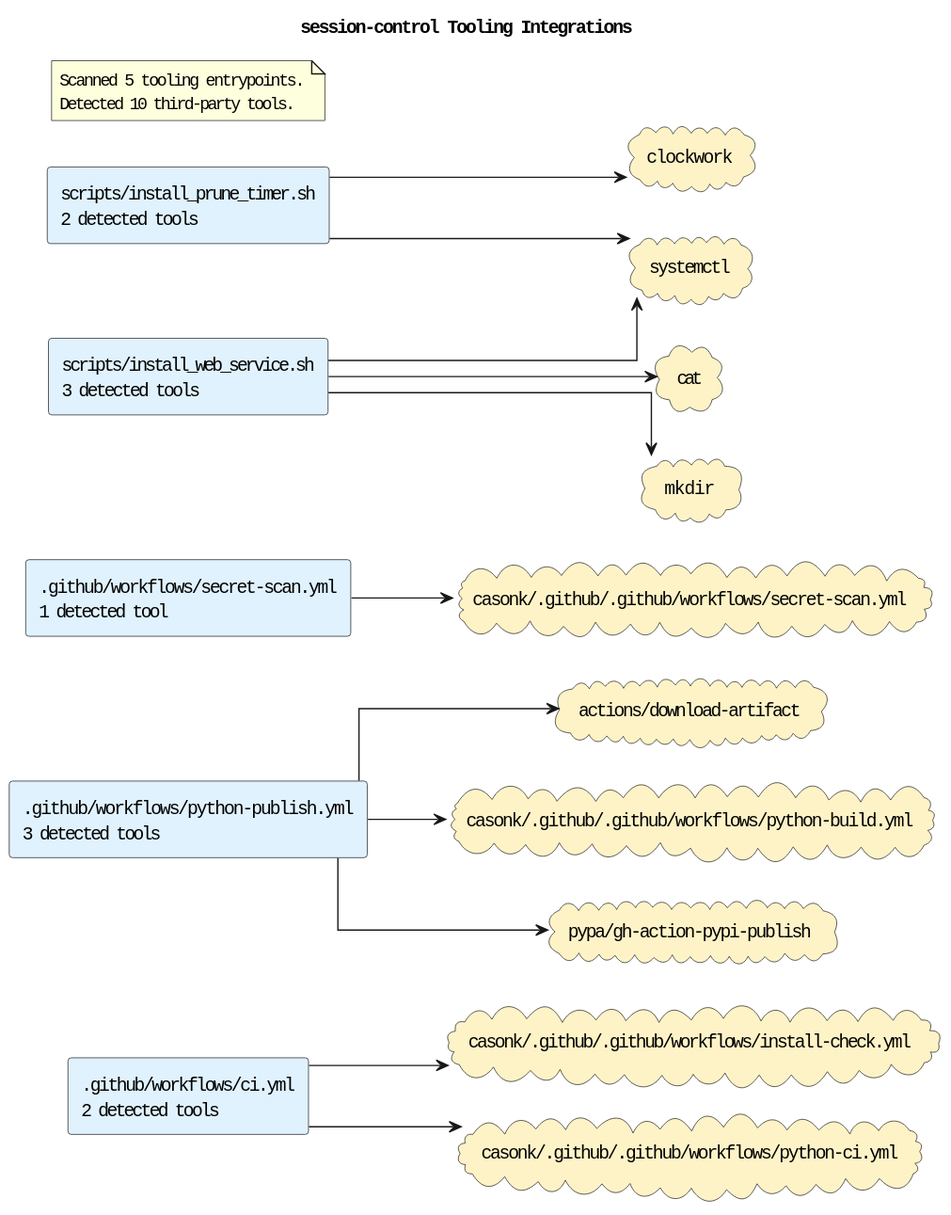
Above: docs/diagrams/tooling-integrations.puml.svg in casonk/session-control (PlantUML), before the change.
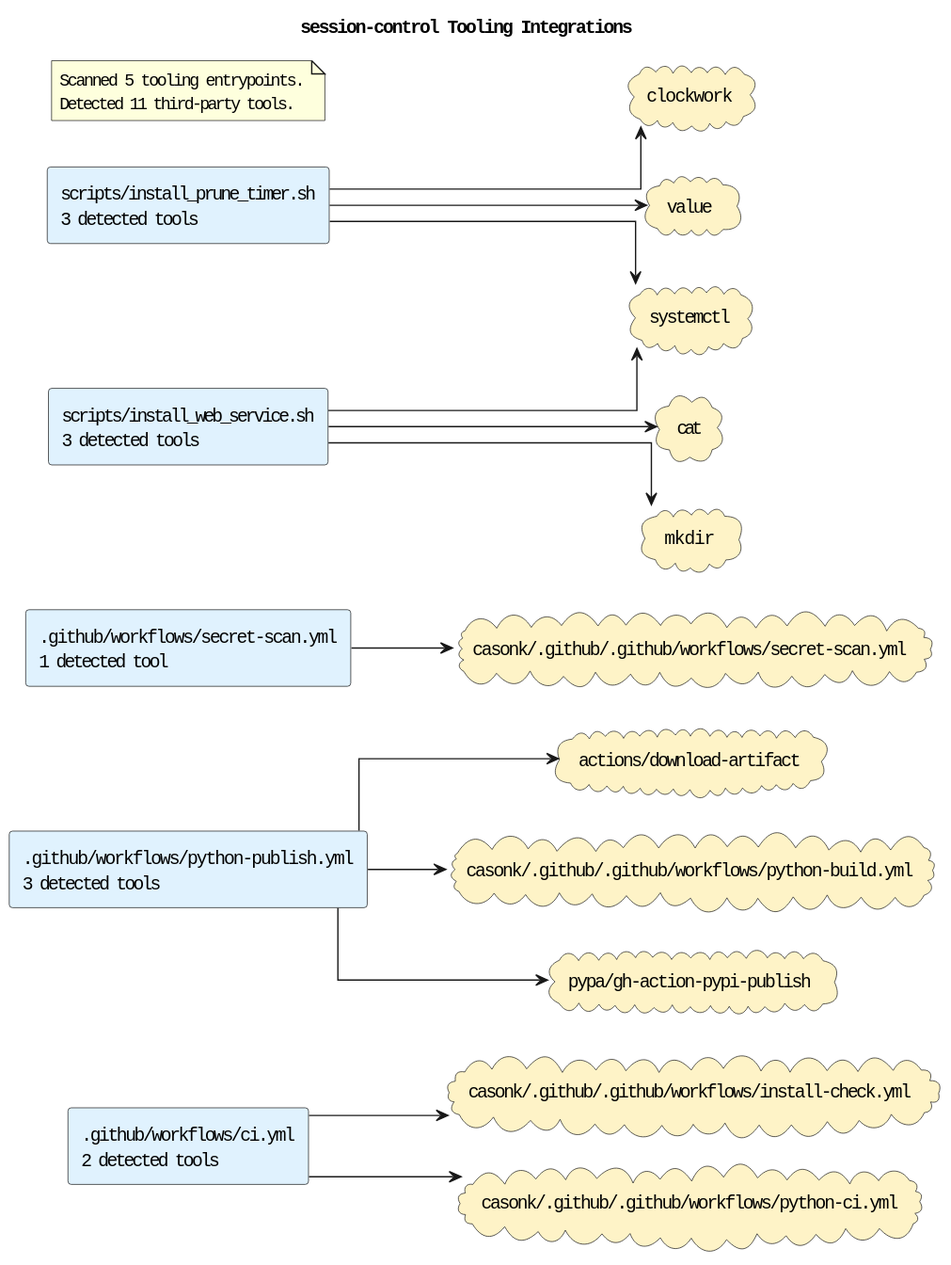
Above is the later version.

Change to the diagram source:
```diff
@@ -8,7 +8,7 @@
 rectangle ".github/workflows/ci.yml\n2 detected tools" as source_github_workflows_ci_yml #E0F2FE
 rectangle ".github/workflows/python-publish.yml\n3 detected tools" as source_github_workflows_python_publish_yml #E0F2FE
 rectangle ".github/workflows/secret-scan.yml\n1 detected tool" as source_github_workflows_secret_scan_yml #E0F2FE
-rectangle "scripts/install_prune_timer.sh\n2 detected tools" as source_scripts_install_prune_timer_sh #E0F2FE
+rectangle "scripts/install_prune_timer.sh\n3 detected tools" as source_scripts_install_prune_timer_sh #E0F2FE
 rectangle "scripts/install_web_service.sh\n3 detected tools" as source_scripts_install_web_service_sh #E0F2FE
 cloud "actions/download-artifact" as tool_actions_download_artifact #FEF3C7
 cloud "casonk/.github/.github/workflows/install-check.yml" as tool_casonk_github_github_workflows_install_check_yml #FEF3C7
@@ -20,6 +20,7 @@
 cloud "mkdir" as tool_mkdir #FEF3C7
 cloud "pypa/gh-action-pypi-publish" as tool_pypa_gh_action_pypi_publish #FEF3C7
 cloud "systemctl" as tool_systemctl #FEF3C7
+cloud "value" as tool_value #FEF3C7
 source_github_workflows_ci_yml --> tool_casonk_github_github_workflows_install_check_yml
 source_github_workflows_ci_yml --> tool_casonk_github_github_workflows_python_ci_yml
 source_github_workflows_python_publish_yml --> tool_actions_download_artifact
@@ -28,11 +29,12 @@
 source_github_workflows_secret_scan_yml --> tool_casonk_github_github_workflows_secret_scan_yml
 source_scripts_install_prune_timer_sh --> tool_clockwork
 source_scripts_install_prune_timer_sh --> tool_systemctl
+source_scripts_install_prune_timer_sh --> tool_value
 source_scripts_install_web_service_sh --> tool_cat
 source_scripts_install_web_service_sh --> tool_mkdir
 source_scripts_install_web_service_sh --> tool_systemctl
 note as toolingGraphSummary
 Scanned 5 tooling entrypoints.
-Detected 10 third-party tools.
+Detected 11 third-party tools.
 end note
 @enduml
```
